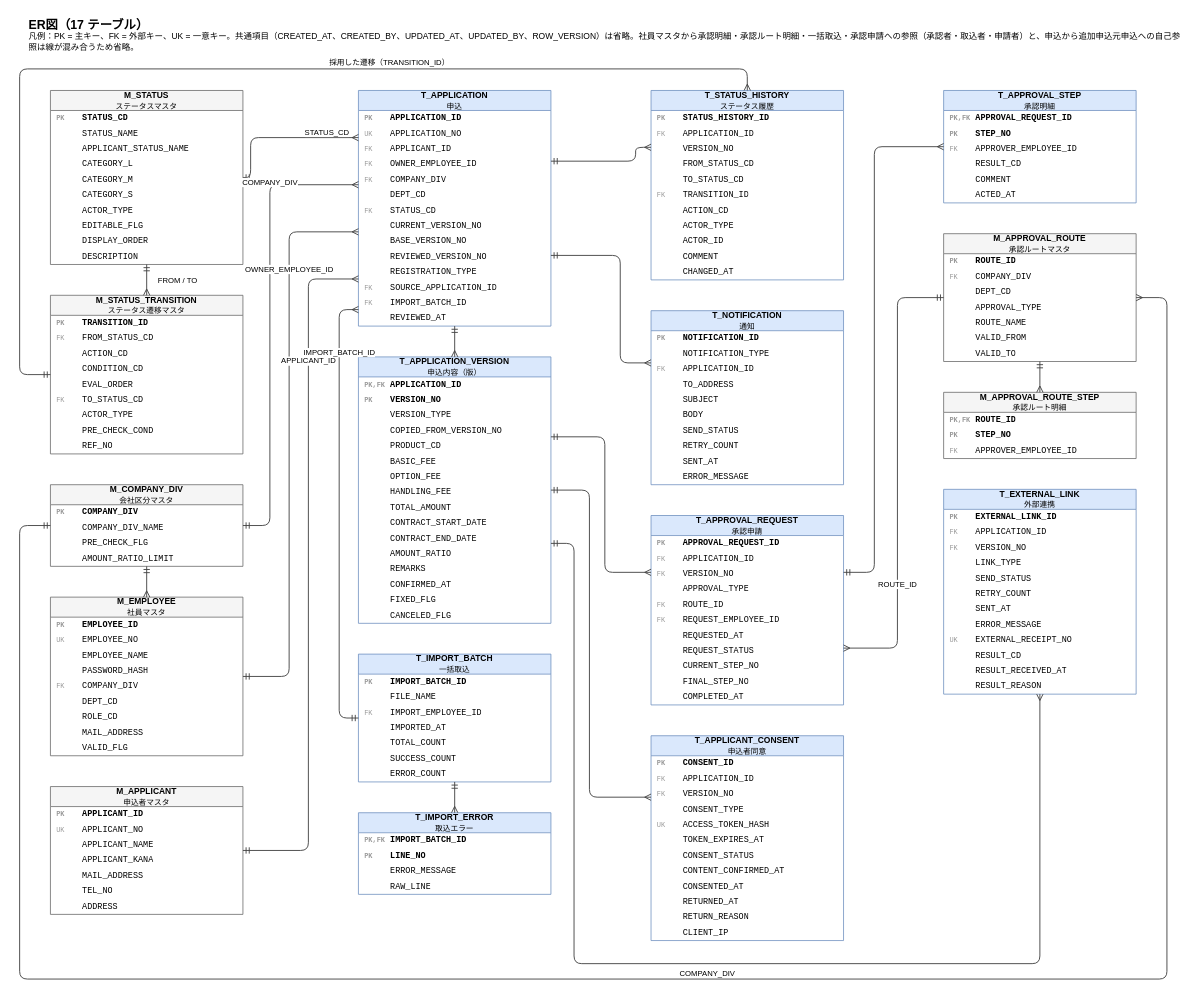
Before: docs/diagrams/er-diagram.drawio in yasudaProduct/JavaServletSample2, a draw.io diagram. Source tidied: cells renumbered, new cells numbered last; positions are measured from the earlier drawing's top-left corner, leaving out a move shared by most shapes. Both pictures are drawn from the tidied source at 77%, with x=0, y=0 at pixel (19, 13).
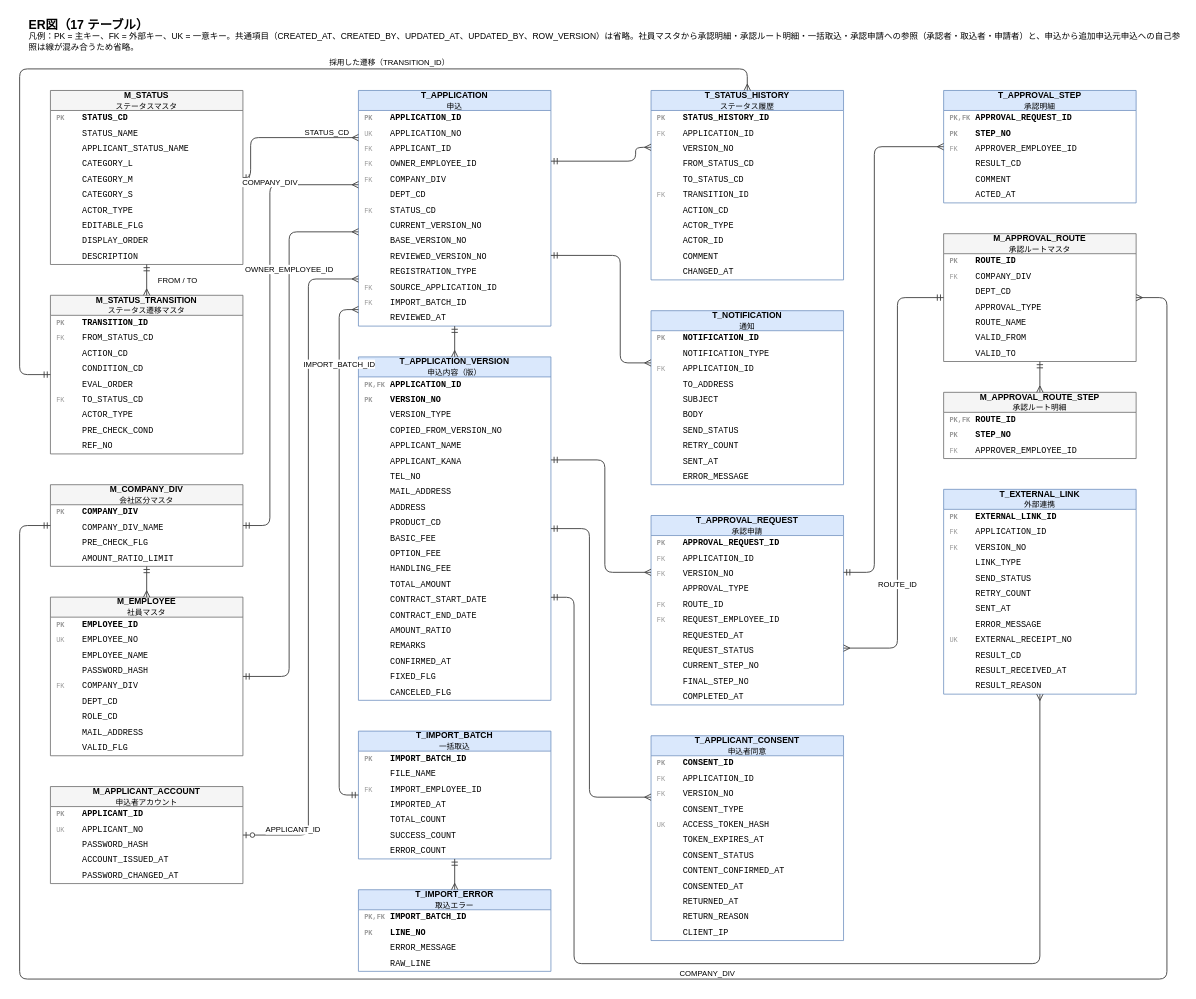
The same diagram, later.

Unchanged cells that the change refers to:
```xml
<mxCell id="48" value="T_APPLICATION&lt;br&gt;&lt;span style='font-weight:normal;font-size:10px'&gt;申込&lt;/span&gt;" style="swimlane;fontStyle=1;horizontal=1;startSize=26;whiteSpace=wrap;html=1;fontSize=11;fillColor=#dae8fc;strokeColor=#6c8ebf;swimlaneFillColor=#ffffff;" parent="1" vertex="1">
  <mxGeometry x="440" y="100" width="250" height="306" as="geometry" />
</mxCell>
<mxCell id="116" value="T_APPROVAL_REQUEST&lt;br&gt;&lt;span style='font-weight:normal;font-size:10px'&gt;承認申請&lt;/span&gt;" style="swimlane;fontStyle=1;horizontal=1;startSize=26;whiteSpace=wrap;html=1;fontSize=11;fillColor=#dae8fc;strokeColor=#6c8ebf;swimlaneFillColor=#ffffff;" parent="1" vertex="1">
  <mxGeometry x="820" y="652" width="250" height="246" as="geometry" />
</mxCell>
<mxCell id="128" value="T_APPLICANT_CONSENT&lt;br&gt;&lt;span style='font-weight:normal;font-size:10px'&gt;申込者同意&lt;/span&gt;" style="swimlane;fontStyle=1;horizontal=1;startSize=26;whiteSpace=wrap;html=1;fontSize=11;fillColor=#dae8fc;strokeColor=#6c8ebf;swimlaneFillColor=#ffffff;" parent="1" vertex="1">
  <mxGeometry x="820" y="938" width="250" height="266" as="geometry" />
</mxCell>
<mxCell id="160" value="T_EXTERNAL_LINK&lt;br&gt;&lt;span style='font-weight:normal;font-size:10px'&gt;外部連携&lt;/span&gt;" style="swimlane;fontStyle=1;horizontal=1;startSize=26;whiteSpace=wrap;html=1;fontSize=11;fillColor=#dae8fc;strokeColor=#6c8ebf;swimlaneFillColor=#ffffff;" parent="1" vertex="1">
  <mxGeometry x="1200" y="618" width="250" height="266" as="geometry" />
</mxCell>
```

Change to the diagram source:
```diff
@@
-    <mxCell id="40" value="M_APPLICANT&lt;br&gt;&lt;span style='font-weight:normal;font-size:10px'&gt;申込者マスタ&lt;/span&gt;" style="swimlane;fontStyle=1;horizontal=1;startSize=26;whiteSpace=wrap;html=1;fontSize=11;fillColor=#f5f5f5;strokeColor=#666666;swimlaneFillColor=#ffffff;" parent="1" vertex="1">
-      <mxGeometry x="40" y="1004" width="250" height="166" as="geometry" />
+    <mxCell id="40" value="M_APPLICANT_ACCOUNT&lt;br&gt;&lt;span style='font-weight:normal;font-size:10px'&gt;申込者アカウント&lt;/span&gt;" style="swimlane;fontStyle=1;horizontal=1;startSize=26;whiteSpace=wrap;html=1;fontSize=11;fillColor=#f5f5f5;strokeColor=#666666;swimlaneFillColor=#ffffff;" parent="1" vertex="1">
+      <mxGeometry x="40" y="1004" width="250" height="126" as="geometry" />
     </mxCell>
@@
-    <mxCell id="43" value="&lt;span style='color:#999999;font-size:9px'&gt;&amp;nbsp;&amp;nbsp;&amp;nbsp;&amp;nbsp;&amp;nbsp;&lt;/span&gt; APPLICANT_NAME" style="text;strokeColor=none;fillColor=none;align=left;verticalAlign=middle;spacingLeft=6;spacingRight=4;overflow=hidden;html=1;fontSize=11;fontFamily=Courier New;" parent="40" vertex="1">
+    <mxCell id="43" value="&lt;span style='color:#999999;font-size:9px'&gt;&amp;nbsp;&amp;nbsp;&amp;nbsp;&amp;nbsp;&amp;nbsp;&lt;/span&gt; PASSWORD_HASH" style="text;strokeColor=none;fillColor=none;align=left;verticalAlign=middle;spacingLeft=6;spacingRight=4;overflow=hidden;html=1;fontSize=11;fontFamily=Courier New;" parent="40" vertex="1">
       <mxGeometry y="66" width="250" height="20" as="geometry" />
     </mxCell>
-    <mxCell id="44" value="&lt;span style='color:#999999;font-size:9px'&gt;&amp;nbsp;&amp;nbsp;&amp;nbsp;&amp;nbsp;&amp;nbsp;&lt;/span&gt; APPLICANT_KANA" style="text;strokeColor=none;fillColor=none;align=left;verticalAlign=middle;spacingLeft=6;spacingRight=4;overflow=hidden;html=1;fontSize=11;fontFamily=Courier New;" parent="40" vertex="1">
+    <mxCell id="44" value="&lt;span style='color:#999999;font-size:9px'&gt;&amp;nbsp;&amp;nbsp;&amp;nbsp;&amp;nbsp;&amp;nbsp;&lt;/span&gt; ACCOUNT_ISSUED_AT" style="text;strokeColor=none;fillColor=none;align=left;verticalAlign=middle;spacingLeft=6;spacingRight=4;overflow=hidden;html=1;fontSize=11;fontFamily=Courier New;" parent="40" vertex="1">
       <mxGeometry y="86" width="250" height="20" as="geometry" />
     </mxCell>
-    <mxCell id="45" value="&lt;span style='color:#999999;font-size:9px'&gt;&amp;nbsp;&amp;nbsp;&amp;nbsp;&amp;nbsp;&amp;nbsp;&lt;/span&gt; MAIL_ADDRESS" style="text;strokeColor=none;fillColor=none;align=left;verticalAlign=middle;spacingLeft=6;spacingRight=4;overflow=hidden;html=1;fontSize=11;fontFamily=Courier New;" parent="40" vertex="1">
+    <mxCell id="45" value="&lt;span style='color:#999999;font-size:9px'&gt;&amp;nbsp;&amp;nbsp;&amp;nbsp;&amp;nbsp;&amp;nbsp;&lt;/span&gt; PASSWORD_CHANGED_AT" style="text;strokeColor=none;fillColor=none;align=left;verticalAlign=middle;spacingLeft=6;spacingRight=4;overflow=hidden;html=1;fontSize=11;fontFamily=Courier New;" parent="40" vertex="1">
       <mxGeometry y="106" width="250" height="20" as="geometry" />
     </mxCell>
-    <mxCell id="46" value="&lt;span style='color:#999999;font-size:9px'&gt;&amp;nbsp;&amp;nbsp;&amp;nbsp;&amp;nbsp;&amp;nbsp;&lt;/span&gt; TEL_NO" style="text;strokeColor=none;fillColor=none;align=left;verticalAlign=middle;spacingLeft=6;spacingRight=4;overflow=hidden;html=1;fontSize=11;fontFamily=Courier New;" parent="40" vertex="1">
-      <mxGeometry y="126" width="250" height="20" as="geometry" />
-    </mxCell>
-    <mxCell id="47" value="&lt;span style='color:#999999;font-size:9px'&gt;&amp;nbsp;&amp;nbsp;&amp;nbsp;&amp;nbsp;&amp;nbsp;&lt;/span&gt; ADDRESS" style="text;strokeColor=none;fillColor=none;align=left;verticalAlign=middle;spacingLeft=6;spacingRight=4;overflow=hidden;html=1;fontSize=11;fontFamily=Courier New;" parent="40" vertex="1">
-      <mxGeometry y="146" width="250" height="20" as="geometry" />
-    </mxCell>
@@
     <mxCell id="63" value="T_APPLICATION_VERSION&lt;br&gt;&lt;span style='font-weight:normal;font-size:10px'&gt;申込内容（版）&lt;/span&gt;" style="swimlane;fontStyle=1;horizontal=1;startSize=26;whiteSpace=wrap;html=1;fontSize=11;fillColor=#dae8fc;strokeColor=#6c8ebf;swimlaneFillColor=#ffffff;" parent="1" vertex="1">
-      <mxGeometry x="440" y="446" width="250" height="346" as="geometry" />
+      <mxGeometry x="440" y="446" width="250" height="446" as="geometry" />
     </mxCell>
@@
+    <mxCell id="192" value="&lt;span style='color:#999999;font-size:9px'&gt;&amp;nbsp;&amp;nbsp;&amp;nbsp;&amp;nbsp;&amp;nbsp;&lt;/span&gt; APPLICANT_NAME" style="text;strokeColor=none;fillColor=none;align=left;verticalAlign=middle;spacingLeft=6;spacingRight=4;overflow=hidden;html=1;fontSize=11;fontFamily=Courier New;" parent="63" vertex="1">
+      <mxGeometry y="106" width="250" height="20" as="geometry" />
+    </mxCell>
+    <mxCell id="193" value="&lt;span style='color:#999999;font-size:9px'&gt;&amp;nbsp;&amp;nbsp;&amp;nbsp;&amp;nbsp;&amp;nbsp;&lt;/span&gt; APPLICANT_KANA" style="text;strokeColor=none;fillColor=none;align=left;verticalAlign=middle;spacingLeft=6;spacingRight=4;overflow=hidden;html=1;fontSize=11;fontFamily=Courier New;" parent="63" vertex="1">
+      <mxGeometry y="126" width="250" height="20" as="geometry" />
+    </mxCell>
+    <mxCell id="46" value="&lt;span style='color:#999999;font-size:9px'&gt;&amp;nbsp;&amp;nbsp;&amp;nbsp;&amp;nbsp;&amp;nbsp;&lt;/span&gt; TEL_NO" style="text;strokeColor=none;fillColor=none;align=left;verticalAlign=middle;spacingLeft=6;spacingRight=4;overflow=hidden;html=1;fontSize=11;fontFamily=Courier New;" parent="63" vertex="1">
+      <mxGeometry y="146" width="250" height="20" as="geometry" />
+    </mxCell>
+    <mxCell id="194" value="&lt;span style='color:#999999;font-size:9px'&gt;&amp;nbsp;&amp;nbsp;&amp;nbsp;&amp;nbsp;&amp;nbsp;&lt;/span&gt; MAIL_ADDRESS" style="text;strokeColor=none;fillColor=none;align=left;verticalAlign=middle;spacingLeft=6;spacingRight=4;overflow=hidden;html=1;fontSize=11;fontFamily=Courier New;" parent="63" vertex="1">
+      <mxGeometry y="166" width="250" height="20" as="geometry" />
+    </mxCell>
+    <mxCell id="47" value="&lt;span style='color:#999999;font-size:9px'&gt;&amp;nbsp;&amp;nbsp;&amp;nbsp;&amp;nbsp;&amp;nbsp;&lt;/span&gt; ADDRESS" style="text;strokeColor=none;fillColor=none;align=left;verticalAlign=middle;spacingLeft=6;spacingRight=4;overflow=hidden;html=1;fontSize=11;fontFamily=Courier New;" parent="63" vertex="1">
+      <mxGeometry y="186" width="250" height="20" as="geometry" />
+    </mxCell>
     <mxCell id="68" value="&lt;span style='color:#999999;font-size:9px'&gt;&amp;nbsp;&amp;nbsp;&amp;nbsp;&amp;nbsp;&amp;nbsp;&lt;/span&gt; PRODUCT_CD" style="text;strokeColor=none;fillColor=none;align=left;verticalAlign=middle;spacingLeft=6;spacingRight=4;overflow=hidden;html=1;fontSize=11;fontFamily=Courier New;" parent="63" vertex="1">
-      <mxGeometry y="106" width="250" height="20" as="geometry" />
+      <mxGeometry y="206" width="250" height="20" as="geometry" />
     </mxCell>
     <mxCell id="69" value="&lt;span style='color:#999999;font-size:9px'&gt;&amp;nbsp;&amp;nbsp;&amp;nbsp;&amp;nbsp;&amp;nbsp;&lt;/span&gt; BASIC_FEE" style="text;strokeColor=none;fillColor=none;align=left;verticalAlign=middle;spacingLeft=6;spacingRight=4;overflow=hidden;html=1;fontSize=11;fontFamily=Courier New;" parent="63" vertex="1">
-      <mxGeometry y="126" width="250" height="20" as="geometry" />
+      <mxGeometry y="226" width="250" height="20" as="geometry" />
     </mxCell>
     <mxCell id="70" value="&lt;span style='color:#999999;font-size:9px'&gt;&amp;nbsp;&amp;nbsp;&amp;nbsp;&amp;nbsp;&amp;nbsp;&lt;/span&gt; OPTION_FEE" style="text;strokeColor=none;fillColor=none;align=left;verticalAlign=middle;spacingLeft=6;spacingRight=4;overflow=hidden;html=1;fontSize=11;fontFamily=Courier New;" parent="63" vertex="1">
-      <mxGeometry y="146" width="250" height="20" as="geometry" />
+      <mxGeometry y="246" width="250" height="20" as="geometry" />
     </mxCell>
     <mxCell id="71" value="&lt;span style='color:#999999;font-size:9px'&gt;&amp;nbsp;&amp;nbsp;&amp;nbsp;&amp;nbsp;&amp;nbsp;&lt;/span&gt; HANDLING_FEE" style="text;strokeColor=none;fillColor=none;align=left;verticalAlign=middle;spacingLeft=6;spacingRight=4;overflow=hidden;html=1;fontSize=11;fontFamily=Courier New;" parent="63" vertex="1">
-      <mxGeometry y="166" width="250" height="20" as="geometry" />
+      <mxGeometry y="266" width="250" height="20" as="geometry" />
     </mxCell>
     <mxCell id="72" value="&lt;span style='color:#999999;font-size:9px'&gt;&amp;nbsp;&amp;nbsp;&amp;nbsp;&amp;nbsp;&amp;nbsp;&lt;/span&gt; TOTAL_AMOUNT" style="text;strokeColor=none;fillColor=none;align=left;verticalAlign=middle;spacingLeft=6;spacingRight=4;overflow=hidden;html=1;fontSize=11;fontFamily=Courier New;" parent="63" vertex="1">
-      <mxGeometry y="186" width="250" height="20" as="geometry" />
+      <mxGeometry y="286" width="250" height="20" as="geometry" />
     </mxCell>
     <mxCell id="73" value="&lt;span style='color:#999999;font-size:9px'&gt;&amp;nbsp;&amp;nbsp;&amp;nbsp;&amp;nbsp;&amp;nbsp;&lt;/span&gt; CONTRACT_START_DATE" style="text;strokeColor=none;fillColor=none;align=left;verticalAlign=middle;spacingLeft=6;spacingRight=4;overflow=hidden;html=1;fontSize=11;fontFamily=Courier New;" parent="63" vertex="1">
-      <mxGeometry y="206" width="250" height="20" as="geometry" />
+      <mxGeometry y="306" width="250" height="20" as="geometry" />
     </mxCell>
     <mxCell id="74" value="&lt;span style='color:#999999;font-size:9px'&gt;&amp;nbsp;&amp;nbsp;&amp;nbsp;&amp;nbsp;&amp;nbsp;&lt;/span&gt; CONTRACT_END_DATE" style="text;strokeColor=none;fillColor=none;align=left;verticalAlign=middle;spacingLeft=6;spacingRight=4;overflow=hidden;html=1;fontSize=11;fontFamily=Courier New;" parent="63" vertex="1">
-      <mxGeometry y="226" width="250" height="20" as="geometry" />
+      <mxGeometry y="326" width="250" height="20" as="geometry" />
     </mxCell>
     <mxCell id="75" value="&lt;span style='color:#999999;font-size:9px'&gt;&amp;nbsp;&amp;nbsp;&amp;nbsp;&amp;nbsp;&amp;nbsp;&lt;/span&gt; AMOUNT_RATIO" style="text;strokeColor=none;fillColor=none;align=left;verticalAlign=middle;spacingLeft=6;spacingRight=4;overflow=hidden;html=1;fontSize=11;fontFamily=Courier New;" parent="63" vertex="1">
-      <mxGeometry y="246" width="250" height="20" as="geometry" />
+      <mxGeometry y="346" width="250" height="20" as="geometry" />
     </mxCell>
     <mxCell id="76" value="&lt;span style='color:#999999;font-size:9px'&gt;&amp;nbsp;&amp;nbsp;&amp;nbsp;&amp;nbsp;&amp;nbsp;&lt;/span&gt; REMARKS" style="text;strokeColor=none;fillColor=none;align=left;verticalAlign=middle;spacingLeft=6;spacingRight=4;overflow=hidden;html=1;fontSize=11;fontFamily=Courier New;" parent="63" vertex="1">
-      <mxGeometry y="266" width="250" height="20" as="geometry" />
+      <mxGeometry y="366" width="250" height="20" as="geometry" />
     </mxCell>
     <mxCell id="77" value="&lt;span style='color:#999999;font-size:9px'&gt;&amp;nbsp;&amp;nbsp;&amp;nbsp;&amp;nbsp;&amp;nbsp;&lt;/span&gt; CONFIRMED_AT" style="text;strokeColor=none;fillColor=none;align=left;verticalAlign=middle;spacingLeft=6;spacingRight=4;overflow=hidden;html=1;fontSize=11;fontFamily=Courier New;" parent="63" vertex="1">
-      <mxGeometry y="286" width="250" height="20" as="geometry" />
+      <mxGeometry y="386" width="250" height="20" as="geometry" />
     </mxCell>
     <mxCell id="78" value="&lt;span style='color:#999999;font-size:9px'&gt;&amp;nbsp;&amp;nbsp;&amp;nbsp;&amp;nbsp;&amp;nbsp;&lt;/span&gt; FIXED_FLG" style="text;strokeColor=none;fillColor=none;align=left;verticalAlign=middle;spacingLeft=6;spacingRight=4;overflow=hidden;html=1;fontSize=11;fontFamily=Courier New;" parent="63" vertex="1">
-      <mxGeometry y="306" width="250" height="20" as="geometry" />
+      <mxGeometry y="406" width="250" height="20" as="geometry" />
     </mxCell>
     <mxCell id="79" value="&lt;span style='color:#999999;font-size:9px'&gt;&amp;nbsp;&amp;nbsp;&amp;nbsp;&amp;nbsp;&amp;nbsp;&lt;/span&gt; CANCELED_FLG" style="text;strokeColor=none;fillColor=none;align=left;verticalAlign=middle;spacingLeft=6;spacingRight=4;overflow=hidden;html=1;fontSize=11;fontFamily=Courier New;" parent="63" vertex="1">
-      <mxGeometry y="326" width="250" height="20" as="geometry" />
+      <mxGeometry y="426" width="250" height="20" as="geometry" />
     </mxCell>
     <mxCell id="80" value="T_IMPORT_BATCH&lt;br&gt;&lt;span style='font-weight:normal;font-size:10px'&gt;一括取込&lt;/span&gt;" style="swimlane;fontStyle=1;horizontal=1;startSize=26;whiteSpace=wrap;html=1;fontSize=11;fillColor=#dae8fc;strokeColor=#6c8ebf;swimlaneFillColor=#ffffff;" parent="1" vertex="1">
-      <mxGeometry x="440" y="832" width="250" height="166" as="geometry" />
+      <mxGeometry x="440" y="932" width="250" height="166" as="geometry" />
     </mxCell>
@@
     <mxCell id="88" value="T_IMPORT_ERROR&lt;br&gt;&lt;span style='font-weight:normal;font-size:10px'&gt;取込エラー&lt;/span&gt;" style="swimlane;fontStyle=1;horizontal=1;startSize=26;whiteSpace=wrap;html=1;fontSize=11;fillColor=#dae8fc;strokeColor=#6c8ebf;swimlaneFillColor=#ffffff;" parent="1" vertex="1">
-      <mxGeometry x="440" y="1038" width="250" height="106" as="geometry" />
+      <mxGeometry x="440" y="1138" width="250" height="106" as="geometry" />
     </mxCell>
@@
-    <mxCell id="176" value="APPLICANT_ID" style="edgeStyle=orthogonalEdgeStyle;rounded=1;html=1;fontSize=10;strokeWidth=1.2;strokeColor=#444444;startArrow=ERmandOne;startFill=0;endArrow=ERmany;endFill=0;labelBackgroundColor=#ffffff;jumpStyle=arc;jumpSize=8;exitX=1;exitY=0.5;exitDx=0;exitDy=0;entryX=0;entryY=0.8;entryDx=0;entryDy=0;" parent="1" edge="1" source="40" target="48">
-      <mxGeometry x="0.6" relative="1" as="geometry">
+    <mxCell id="176" value="APPLICANT_ID" style="edgeStyle=orthogonalEdgeStyle;rounded=1;html=1;fontSize=10;strokeWidth=1.2;strokeColor=#444444;startArrow=ERzeroToOne;startFill=0;endArrow=ERmany;endFill=0;labelBackgroundColor=#ffffff;jumpStyle=arc;jumpSize=8;exitX=1;exitY=0.5;exitDx=0;exitDy=0;entryX=0;entryY=0.8;entryDx=0;entryDy=0;" parent="1" edge="1" source="40" target="48">
+      <mxGeometry x="-0.85" relative="1" as="geometry">
         <Array as="points">
-          <mxPoint x="375" y="1087" />
+          <mxPoint x="375" y="1067" />
           <mxPoint x="375" y="344.8" />
         </Array>
         <mxPoint y="-7" as="offset" />
       </mxGeometry>
     </mxCell>
@@
     <mxCell id="183" value="IMPORT_BATCH_ID" style="edgeStyle=orthogonalEdgeStyle;rounded=1;html=1;fontSize=10;strokeWidth=1.2;strokeColor=#444444;startArrow=ERmandOne;startFill=0;endArrow=ERmany;endFill=0;labelBackgroundColor=#ffffff;jumpStyle=arc;jumpSize=8;exitX=0;exitY=0.5;exitDx=0;exitDy=0;entryX=0;entryY=0.93;entryDx=0;entryDy=0;" parent="1" edge="1" source="80" target="48">
       <mxGeometry x="0.7" relative="1" as="geometry">
         <Array as="points">
-          <mxPoint x="415" y="915" />
+          <mxPoint x="415" y="1015" />
           <mxPoint x="415" y="384.6" />
         </Array>
         <mxPoint y="-7" as="offset" />
       </mxGeometry>
     </mxCell>
@@
     <mxCell id="186" style="edgeStyle=orthogonalEdgeStyle;rounded=1;html=1;fontSize=10;strokeWidth=1.2;strokeColor=#444444;startArrow=ERmandOne;startFill=0;endArrow=ERmany;endFill=0;labelBackgroundColor=#ffffff;jumpStyle=arc;jumpSize=8;exitX=1;exitY=0.3;exitDx=0;exitDy=0;entryX=0;entryY=0.3;entryDx=0;entryDy=0;" parent="1" edge="1" source="63" target="116">
       <mxGeometry relative="1" as="geometry">
         <Array as="points">
-          <mxPoint x="760" y="549.8" />
+          <mxPoint x="760" y="579.8" />
           <mxPoint x="760" y="725.8" />
         </Array>
       </mxGeometry>
     </mxCell>
     <mxCell id="187" style="edgeStyle=orthogonalEdgeStyle;rounded=1;html=1;fontSize=10;strokeWidth=1.2;strokeColor=#444444;startArrow=ERmandOne;startFill=0;endArrow=ERmany;endFill=0;labelBackgroundColor=#ffffff;jumpStyle=arc;jumpSize=8;exitX=1;exitY=0.5;exitDx=0;exitDy=0;entryX=0;entryY=0.3;entryDx=0;entryDy=0;" parent="1" edge="1" source="63" target="128">
       <mxGeometry relative="1" as="geometry">
         <Array as="points">
-          <mxPoint x="740" y="619" />
+          <mxPoint x="740" y="669" />
           <mxPoint x="740" y="1017.8" />
         </Array>
       </mxGeometry>
     </mxCell>
     <mxCell id="188" style="edgeStyle=orthogonalEdgeStyle;rounded=1;html=1;fontSize=10;strokeWidth=1.2;strokeColor=#444444;startArrow=ERmandOne;startFill=0;endArrow=ERmany;endFill=0;labelBackgroundColor=#ffffff;jumpStyle=arc;jumpSize=8;exitX=1;exitY=0.7;exitDx=0;exitDy=0;entryX=0.5;entryY=1;entryDx=0;entryDy=0;" parent="1" edge="1" source="63" target="160">
       <mxGeometry relative="1" as="geometry">
         <Array as="points">
-          <mxPoint x="720" y="688.2" />
+          <mxPoint x="720" y="758.2" />
           <mxPoint x="720" y="1234" />
           <mxPoint x="1325" y="1234" />
         </Array>
       </mxGeometry>
     </mxCell>
```
